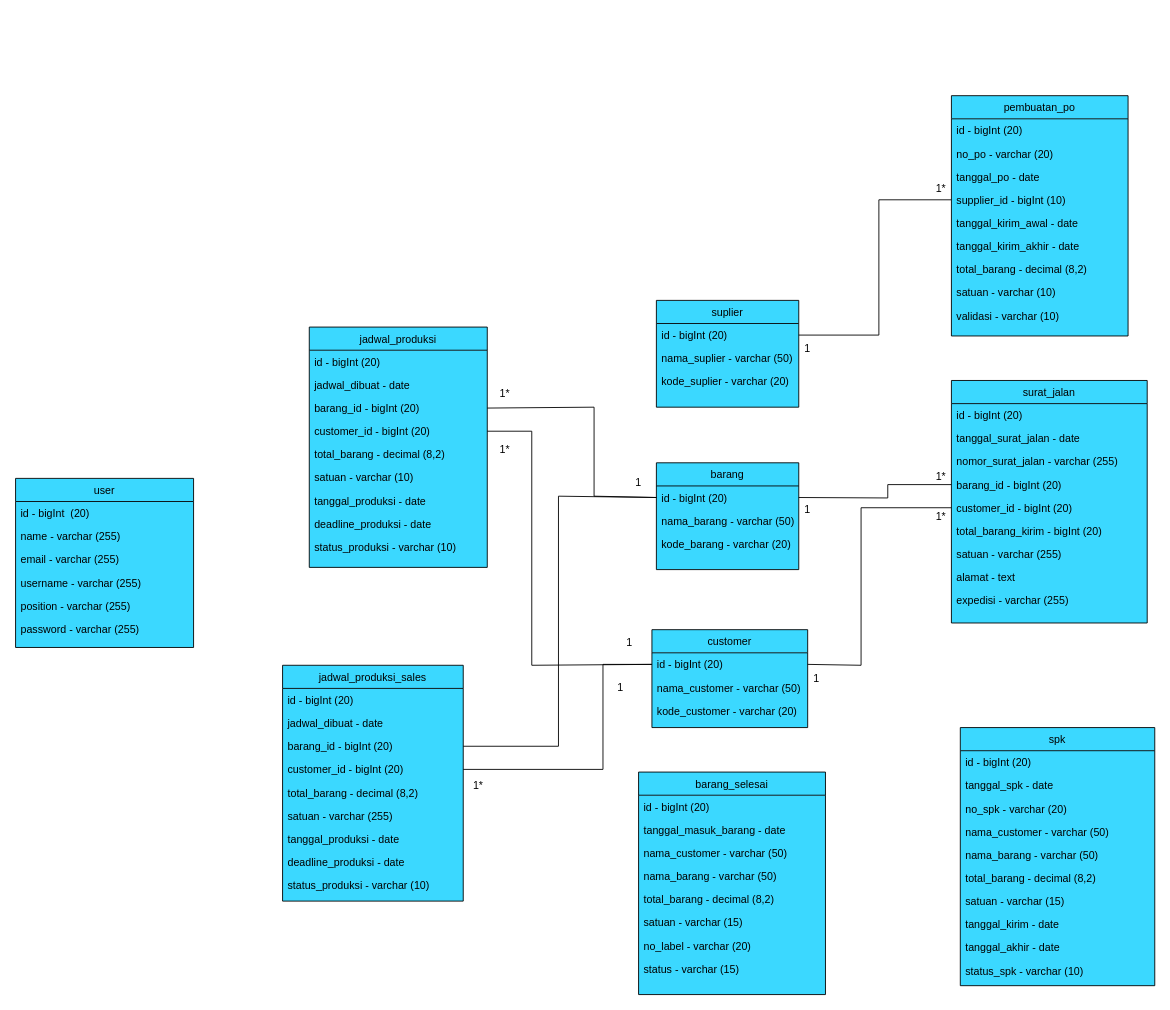
Earlier version of the draw.io diagram Diagram Tanpa Judul.drawio (danangsptro/SI_SKRIPSI-3). Source tidied: cells renumbered, new cells numbered last; positions are measured from the earlier drawing's top-left corner, leaving out a move shared by most shapes. Both pictures are drawn from the tidied source at 89%, with x=0, y=0 at pixel (15, 95).
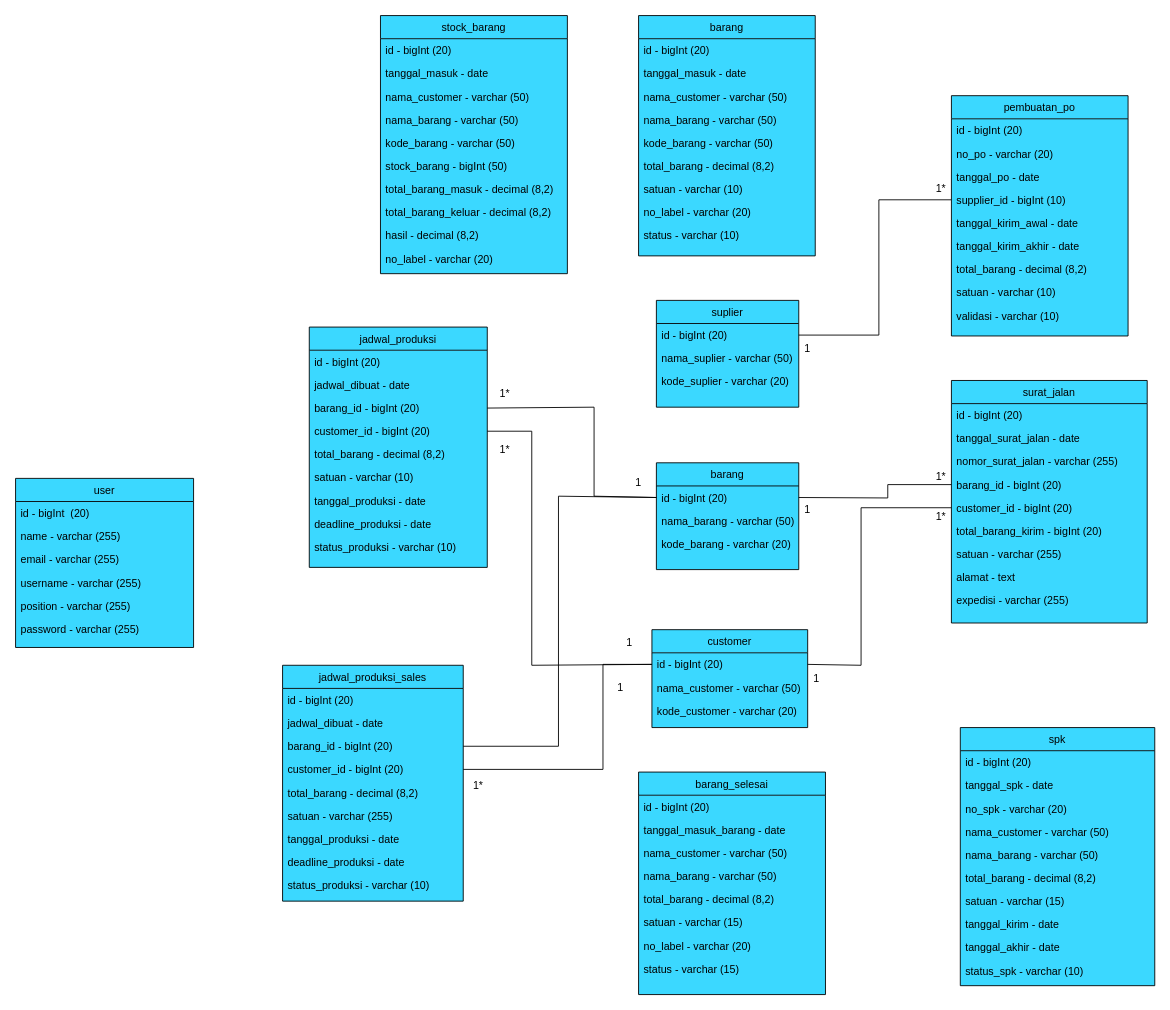
The same page after the edit.

What changed in the source:
```diff
@@
+    <mxCell id="100" value="barang" style="swimlane;fontStyle=0;align=center;verticalAlign=top;horizontal=1;startSize=26;rounded=0;shadow=0;strokeWidth=1;fillColor=#3BD8FF;swimlaneFillColor=#3BD8FF;" parent="1" vertex="1">
+      <mxGeometry x="700" y="-90" width="198.5" height="270" as="geometry" />
+    </mxCell>
+    <mxCell id="101" value="id - bigInt (20)" style="text;align=left;verticalAlign=top;spacingLeft=4;spacingRight=4;overflow=hidden;" parent="100" vertex="1">
+      <mxGeometry y="26" width="198.5" height="26" as="geometry" />
+    </mxCell>
+    <mxCell id="102" value="tanggal_masuk - date " style="text;align=left;verticalAlign=top;spacingLeft=4;spacingRight=4;overflow=hidden;rounded=0;shadow=0;html=0;" parent="100" vertex="1">
+      <mxGeometry y="52" width="198.5" height="26" as="geometry" />
+    </mxCell>
+    <mxCell id="103" value="nama_customer - varchar (50)" style="text;align=left;verticalAlign=top;spacingLeft=4;spacingRight=4;overflow=hidden;rounded=0;shadow=0;html=0;" parent="100" vertex="1">
+      <mxGeometry y="78" width="198.5" height="26" as="geometry" />
+    </mxCell>
+    <mxCell id="104" value="nama_barang - varchar (50)" style="text;align=left;verticalAlign=top;spacingLeft=4;spacingRight=4;overflow=hidden;rounded=0;shadow=0;html=0;" parent="100" vertex="1">
+      <mxGeometry y="104" width="198.5" height="26" as="geometry" />
+    </mxCell>
+    <mxCell id="105" value="kode_barang - varchar (50)" style="text;align=left;verticalAlign=top;spacingLeft=4;spacingRight=4;overflow=hidden;rounded=0;shadow=0;html=0;" parent="100" vertex="1">
+      <mxGeometry y="130" width="198.5" height="26" as="geometry" />
+    </mxCell>
+    <mxCell id="106" value="total_barang - decimal (8,2)" style="text;align=left;verticalAlign=top;spacingLeft=4;spacingRight=4;overflow=hidden;rounded=0;shadow=0;html=0;" parent="100" vertex="1">
+      <mxGeometry y="156" width="198.5" height="26" as="geometry" />
+    </mxCell>
+    <mxCell id="107" value="satuan - varchar (10)" style="text;align=left;verticalAlign=top;spacingLeft=4;spacingRight=4;overflow=hidden;rounded=0;shadow=0;html=0;" parent="100" vertex="1">
+      <mxGeometry y="182" width="198.5" height="26" as="geometry" />
+    </mxCell>
+    <mxCell id="108" value="no_label - varchar (20)" style="text;align=left;verticalAlign=top;spacingLeft=4;spacingRight=4;overflow=hidden;rounded=0;shadow=0;html=0;" parent="100" vertex="1">
+      <mxGeometry y="208" width="198.5" height="26" as="geometry" />
+    </mxCell>
+    <mxCell id="109" value="status - varchar (10)" style="text;align=left;verticalAlign=top;spacingLeft=4;spacingRight=4;overflow=hidden;rounded=0;shadow=0;html=0;" parent="100" vertex="1">
+      <mxGeometry y="234" width="198.5" height="26" as="geometry" />
+    </mxCell>
+    <mxCell id="110" value="stock_barang" style="swimlane;fontStyle=0;align=center;verticalAlign=top;horizontal=1;startSize=26;rounded=0;shadow=0;strokeWidth=1;fillColor=#3BD8FF;swimlaneFillColor=#3BD8FF;" parent="1" vertex="1">
+      <mxGeometry x="410" y="-90" width="210" height="290" as="geometry" />
+    </mxCell>
+    <mxCell id="111" value="id - bigInt (20)" style="text;align=left;verticalAlign=top;spacingLeft=4;spacingRight=4;overflow=hidden;" parent="110" vertex="1">
+      <mxGeometry y="26" width="210" height="26" as="geometry" />
+    </mxCell>
+    <mxCell id="112" value="tanggal_masuk - date " style="text;align=left;verticalAlign=top;spacingLeft=4;spacingRight=4;overflow=hidden;rounded=0;shadow=0;html=0;" parent="110" vertex="1">
+      <mxGeometry y="52" width="210" height="26" as="geometry" />
+    </mxCell>
+    <mxCell id="113" value="nama_customer - varchar (50)" style="text;align=left;verticalAlign=top;spacingLeft=4;spacingRight=4;overflow=hidden;rounded=0;shadow=0;html=0;" parent="110" vertex="1">
+      <mxGeometry y="78" width="210" height="26" as="geometry" />
+    </mxCell>
+    <mxCell id="114" value="nama_barang - varchar (50)" style="text;align=left;verticalAlign=top;spacingLeft=4;spacingRight=4;overflow=hidden;rounded=0;shadow=0;html=0;" parent="110" vertex="1">
+      <mxGeometry y="104" width="210" height="26" as="geometry" />
+    </mxCell>
+    <mxCell id="115" value="kode_barang - varchar (50)" style="text;align=left;verticalAlign=top;spacingLeft=4;spacingRight=4;overflow=hidden;rounded=0;shadow=0;html=0;" parent="110" vertex="1">
+      <mxGeometry y="130" width="210" height="26" as="geometry" />
+    </mxCell>
+    <mxCell id="116" value="stock_barang - bigInt (50)" style="text;align=left;verticalAlign=top;spacingLeft=4;spacingRight=4;overflow=hidden;rounded=0;shadow=0;html=0;" parent="110" vertex="1">
+      <mxGeometry y="156" width="210" height="26" as="geometry" />
+    </mxCell>
+    <mxCell id="117" value="total_barang_masuk - decimal (8,2)" style="text;align=left;verticalAlign=top;spacingLeft=4;spacingRight=4;overflow=hidden;rounded=0;shadow=0;html=0;" parent="110" vertex="1">
+      <mxGeometry y="182" width="210" height="26" as="geometry" />
+    </mxCell>
+    <mxCell id="118" value="total_barang_keluar - decimal (8,2)" style="text;align=left;verticalAlign=top;spacingLeft=4;spacingRight=4;overflow=hidden;rounded=0;shadow=0;html=0;" parent="110" vertex="1">
+      <mxGeometry y="208" width="210" height="26" as="geometry" />
+    </mxCell>
+    <mxCell id="119" value="hasil - decimal (8,2)" style="text;align=left;verticalAlign=top;spacingLeft=4;spacingRight=4;overflow=hidden;rounded=0;shadow=0;html=0;" parent="110" vertex="1">
+      <mxGeometry y="234" width="210" height="26" as="geometry" />
+    </mxCell>
+    <mxCell id="120" value="no_label - varchar (20)" style="text;align=left;verticalAlign=top;spacingLeft=4;spacingRight=4;overflow=hidden;rounded=0;shadow=0;html=0;" parent="110" vertex="1">
+      <mxGeometry y="260" width="210" height="26" as="geometry" />
+    </mxCell>
```
